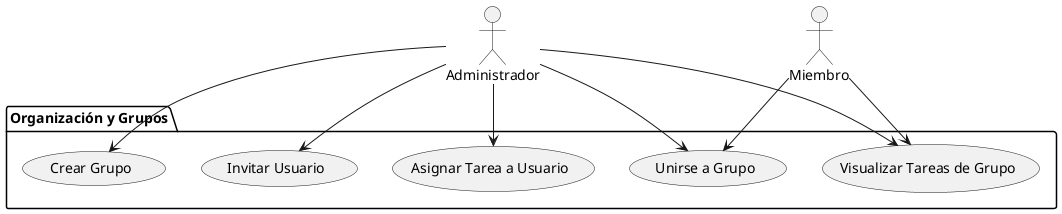
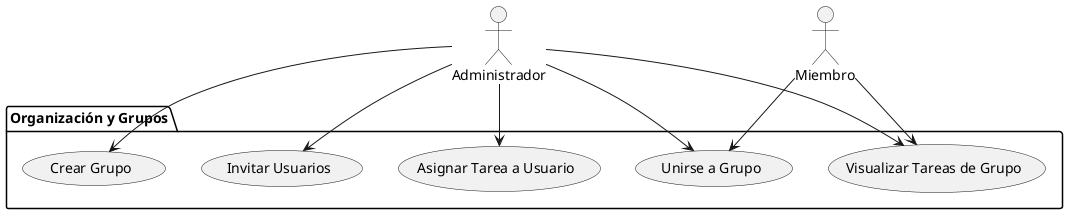
@startuml DiagramaOrganizaciónYGrupos
actor "Administrador" as Admin
actor "Miembro" as Miem

    package "Organización y Grupos" {
        usecase "Crear Grupo" as UC_G1
        usecase "Unirse a Grupo" as UC_G2
-         usecase "Invitar Usuario" as UC_G3
+         usecase "Invitar Usuarios" as UC_G3
        usecase "Visualizar Tareas de Grupo" as UC_G4
        usecase "Asignar Tarea a Usuario" as UC_G5
    }

    Admin --> UC_G1
    Admin --> UC_G2
    Miem --> UC_G2
    Admin --> UC_G3
    Admin --> UC_G4
    Miem --> UC_G4
    Admin --> UC_G5
@enduml